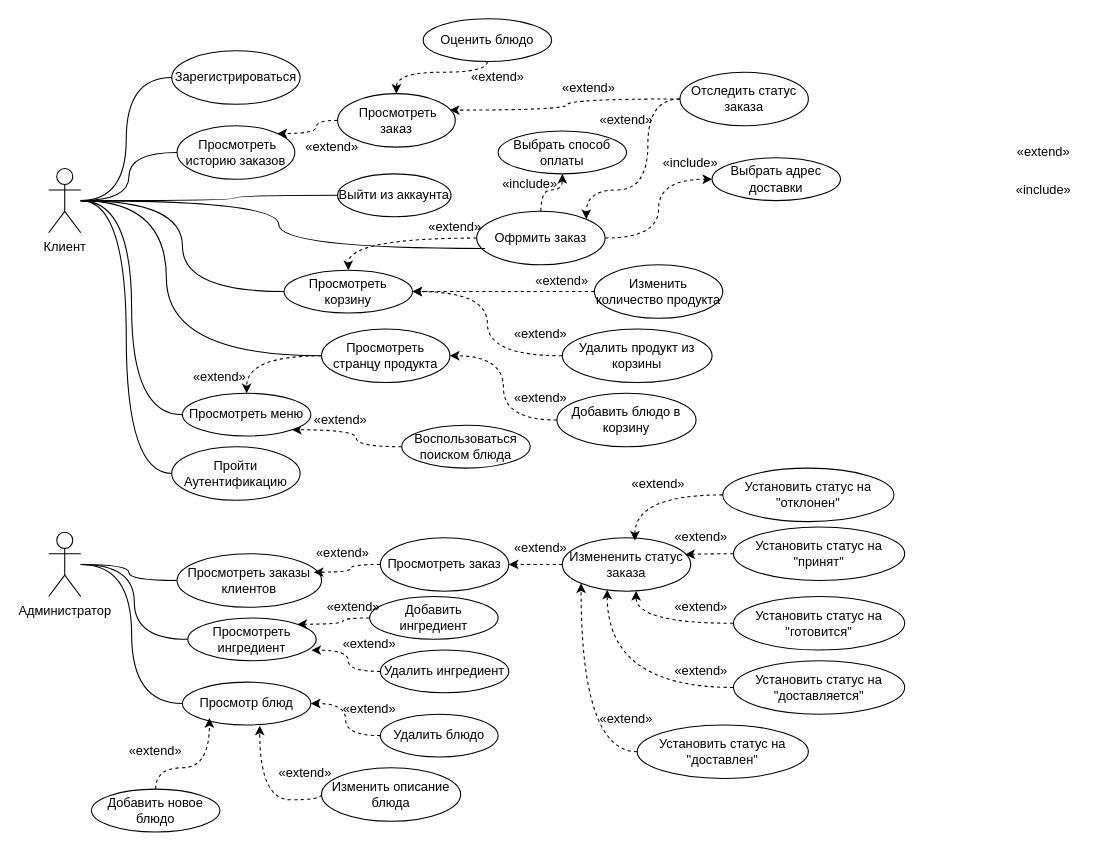
Earlier version of the draw.io diagram use-case.drawio (fevoritos/kentucky-baked-pizza). Source tidied: cells renumbered, new cells numbered last; positions are measured from the earlier drawing's top-left corner, leaving out a move shared by most shapes. Both pictures are drawn from the tidied source at 107%, with x=0, y=0 at pixel (48, 18).
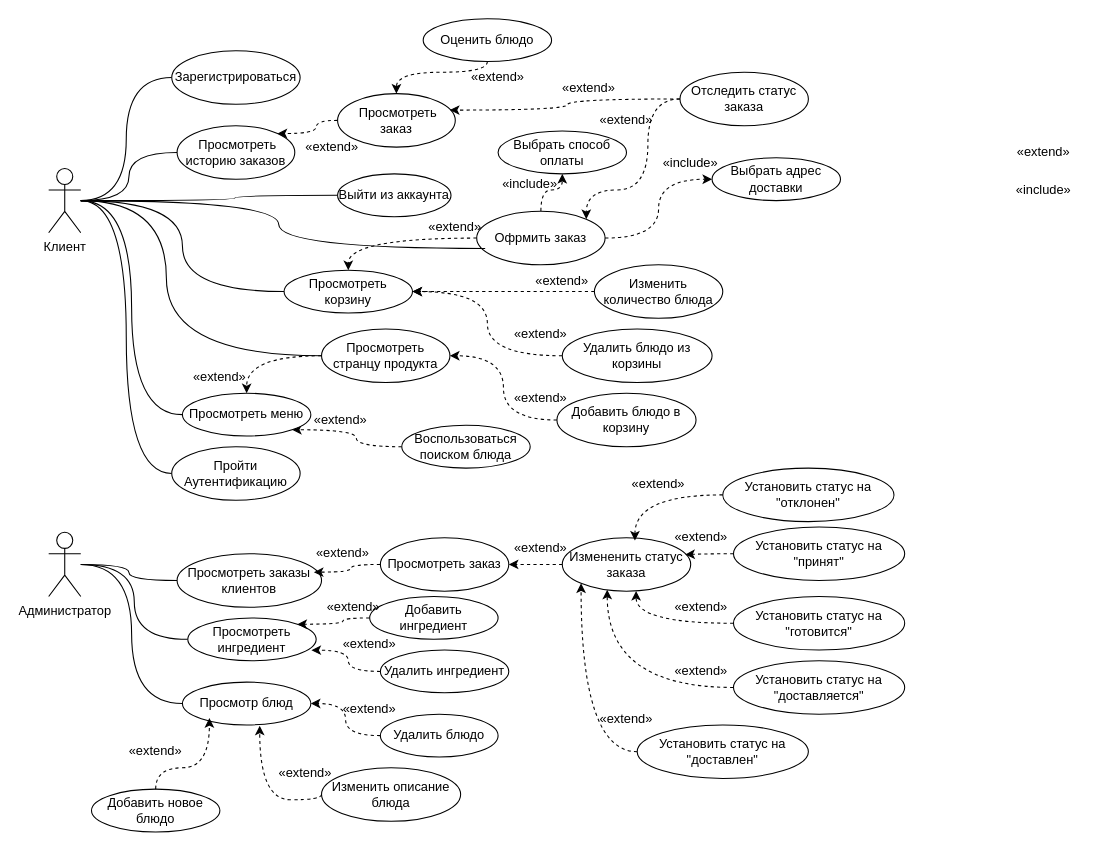
After the change.

The edit, as a diff of the source:
```diff
@@
-    <mxCell id="47" value="Изменить количество продукта" style="ellipse;whiteSpace=wrap;html=1;" parent="1" vertex="1">
+    <mxCell id="47" value="Изменить количество блюда" style="ellipse;whiteSpace=wrap;html=1;" parent="1" vertex="1">
       <mxGeometry x="510" y="230" width="120" height="50" as="geometry" />
     </mxCell>
@@
-    <mxCell id="49" value="Удалить продукт из корзины" style="ellipse;whiteSpace=wrap;html=1;" parent="1" vertex="1">
+    <mxCell id="49" value="Удалить блюдо из корзины" style="ellipse;whiteSpace=wrap;html=1;" parent="1" vertex="1">
       <mxGeometry x="480" y="290" width="140" height="50" as="geometry" />
     </mxCell>
```
